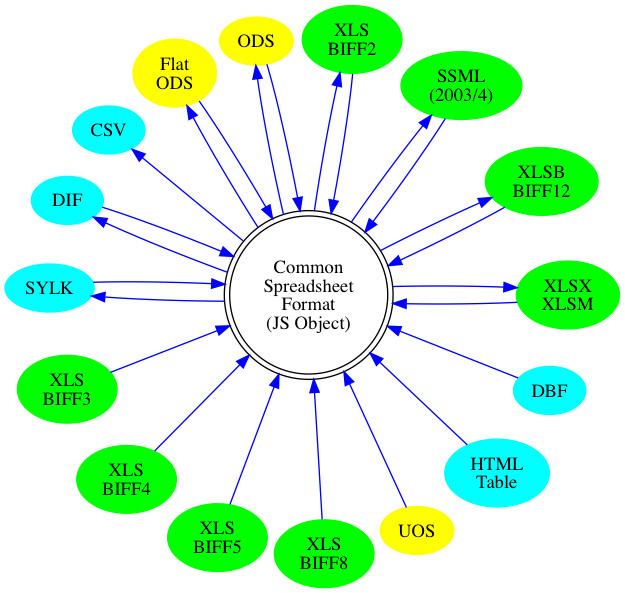
KingTiger001/sheet-project keeps this Graphviz diagram as formats.png. Above is the earlier version. Its source is kept beside it as formats.dot.
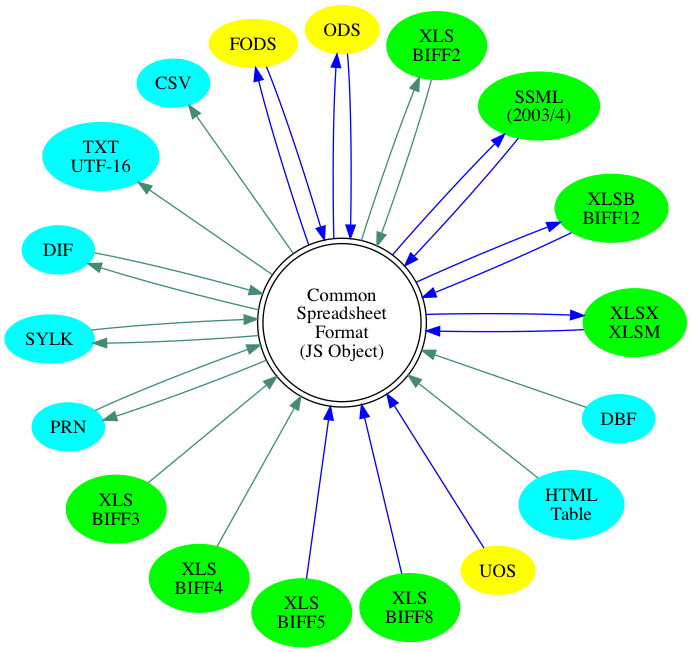
Above is the later version.

Diff of the diagram source:
```diff
@@ -16,7 +16,7 @@
 	subgraph OD {
 		node  [style=filled,color=yellow];
 		ods   [label="ODS"];
-		fods  [label="Flat\nODS"];
+		fods  [label="FODS"];
 		uos   [label="UOS"];
 	}
 
@@ -24,12 +24,14 @@
 		node  [style=filled,color=cyan];
 		html  [label="HTML\nTable"];
 		csv   [label="CSV"];
+		txt   [label="TXT\nUTF-16"];
 		dbf   [label="DBF"];
 		dif   [label="DIF"];
 		slk   [label="SYLK"];
+		prn   [label="PRN"];
 	}
 
-	subgraph JSXLSX {
+	subgraph WORKBOOK {
 		edge [color=blue];
 		csf -> xlsx
 		xlsx -> csf
@@ -37,22 +39,28 @@
 		xlsb -> csf
 		csf -> xlml
 		xlml -> csf
-		xls2 -> csf
-		csf -> xls2
-		xls3 -> csf
-		xls4 -> csf
 		xls5 -> csf
 		xls8 -> csf
-		csf -> slk
-		slk -> csf
-		csf -> dif
-		dif -> csf
-		csf -> csv
 		ods -> csf
 		csf -> ods
 		fods -> csf
 		csf -> fods
 		uos -> csf
+	}
+	subgraph WORKSHEET {
+		edge [color=aquamarine4];
+		xls2 -> csf
+		csf -> xls2
+		xls3 -> csf
+		xls4 -> csf
+		csf -> slk
+		slk -> csf
+		csf -> dif
+		dif -> csf
+		prn -> csf
+		csf -> prn
+		csf -> csv
+		csf -> txt
 		dbf -> csf
 		html -> csf
 	}
```
